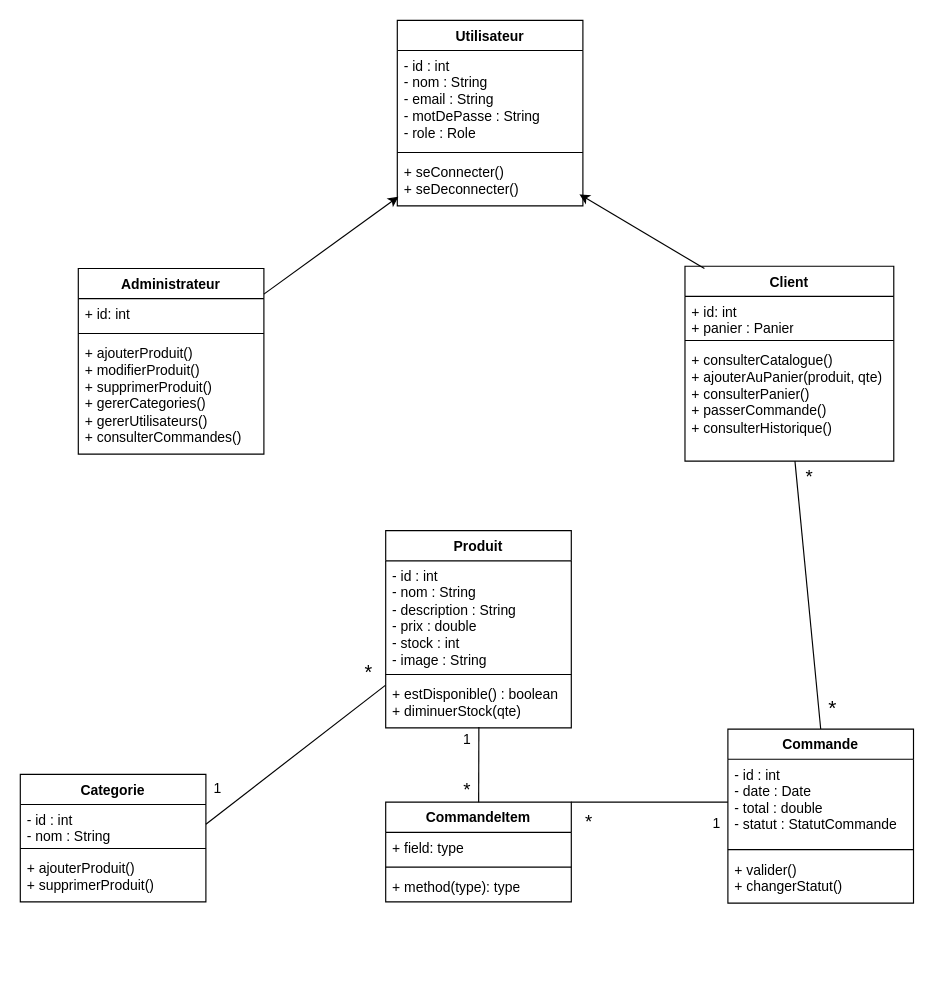
Earlier version of the draw.io diagram projet-mvc/conception/DC.drawio (Makhfi-03/D-veloppement-d-une-application-web-e-commerce-pour-la-vente-de-produits-lectroniques). Source tidied: cells renumbered, new cells numbered last; positions are measured from the earlier drawing's top-left corner, leaving out a move shared by most shapes. Both pictures are drawn from the tidied source at 116%, with x=0, y=0 at pixel (20, 20).
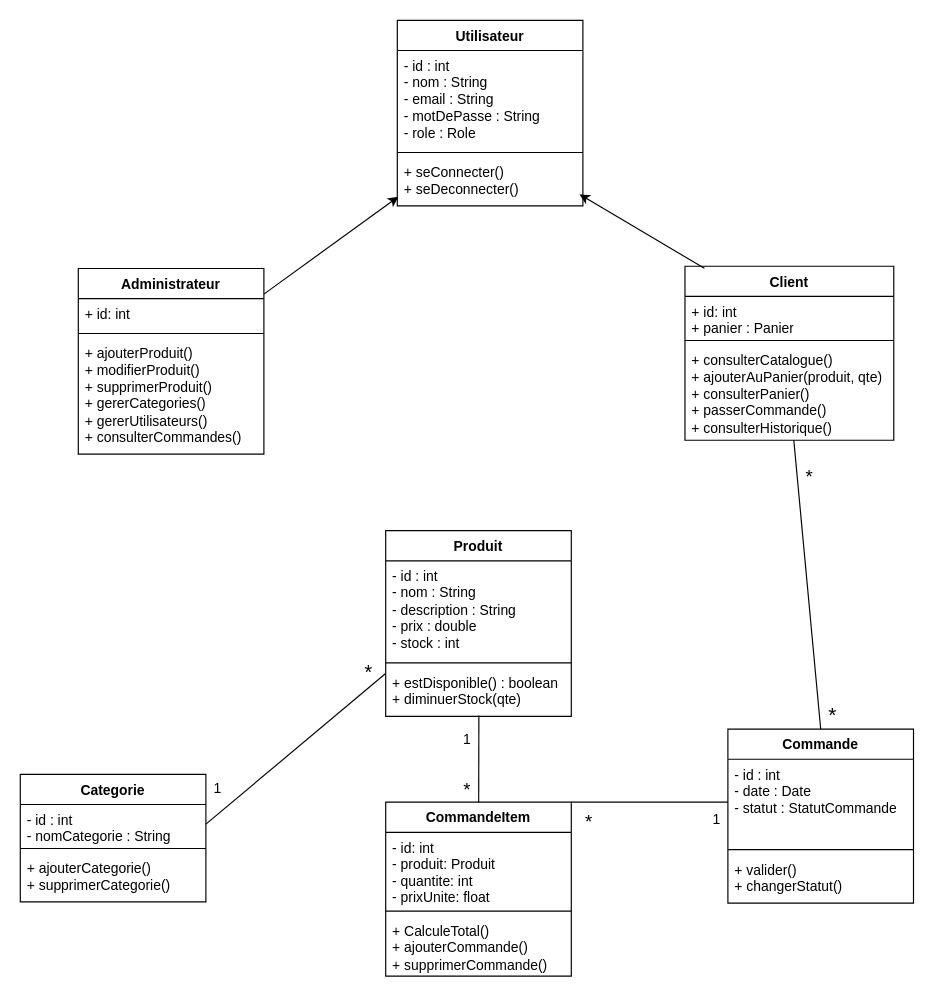
The same page after the edit.

Commit message (it also covers changes not shown here):
Correction diagramme de classe + ajouter les models.

Unchanged cells that the change refers to:
```xml
<mxCell id="10" value="Commande" style="swimlane;fontStyle=1;align=center;verticalAlign=top;horizontal=1;startSize=26;whiteSpace=wrap;html=1;" parent="1" vertex="1">
  <mxGeometry x="610" y="611" width="160" height="150" as="geometry" />
</mxCell>
<mxCell id="14" value="Categorie" style="swimlane;fontStyle=1;align=center;verticalAlign=top;horizontal=1;startSize=26;whiteSpace=wrap;html=1;" parent="1" vertex="1">
  <mxGeometry y="650" width="160" height="110" as="geometry" />
</mxCell>
```

Diff of the diagram source:
```diff
@@
     <mxCell id="6" value="Produit" style="swimlane;fontStyle=1;align=center;verticalAlign=top;horizontal=1;startSize=26;whiteSpace=wrap;html=1;" parent="1" vertex="1">
-      <mxGeometry x="315" y="440" width="160" height="170" as="geometry" />
+      <mxGeometry x="315" y="440" width="160" height="160" as="geometry" />
     </mxCell>
-    <mxCell id="7" value="&lt;div&gt;&lt;font color=&quot;#000000&quot;&gt;- id : int&lt;/font&gt;&lt;/div&gt;&lt;div&gt;&lt;font color=&quot;#000000&quot;&gt;- nom : String&lt;/font&gt;&lt;/div&gt;&lt;div&gt;&lt;font color=&quot;#000000&quot;&gt;- description : String&lt;/font&gt;&lt;/div&gt;&lt;div&gt;&lt;font color=&quot;#000000&quot;&gt;- prix : double&lt;/font&gt;&lt;/div&gt;&lt;div&gt;&lt;font color=&quot;#000000&quot;&gt;- stock : int&lt;/font&gt;&lt;/div&gt;&lt;div&gt;&lt;font color=&quot;#000000&quot;&gt;- image : String&lt;/font&gt;&lt;/div&gt;" style="text;strokeColor=none;fillColor=none;align=left;verticalAlign=top;spacingLeft=4;spacingRight=4;overflow=hidden;whiteSpace=wrap;html=1;" parent="6" vertex="1">
-      <mxGeometry y="26" width="160" height="94" as="geometry" />
+    <mxCell id="7" value="&lt;div&gt;&lt;font color=&quot;#000000&quot;&gt;- id : int&lt;/font&gt;&lt;/div&gt;&lt;div&gt;&lt;font color=&quot;#000000&quot;&gt;- nom : String&lt;/font&gt;&lt;/div&gt;&lt;div&gt;&lt;font color=&quot;#000000&quot;&gt;- description : String&lt;/font&gt;&lt;/div&gt;&lt;div&gt;&lt;font color=&quot;#000000&quot;&gt;- prix : double&lt;/font&gt;&lt;/div&gt;&lt;div&gt;&lt;font color=&quot;#000000&quot;&gt;- stock : int&lt;br&gt;&lt;/font&gt;&lt;/div&gt;" style="text;strokeColor=none;fillColor=none;align=left;verticalAlign=top;spacingLeft=4;spacingRight=4;overflow=hidden;whiteSpace=wrap;html=1;" parent="6" vertex="1">
+      <mxGeometry y="26" width="160" height="84" as="geometry" />
     </mxCell>
     <mxCell id="8" style="line;strokeWidth=1;fillColor=none;align=left;verticalAlign=middle;spacingTop=-1;spacingLeft=3;spacingRight=3;labelPosition=right;strokeColor=inherit;" parent="6" vertex="1">
-      <mxGeometry y="120" width="160" height="8" as="geometry" />
+      <mxGeometry y="110" width="160" height="8" as="geometry" />
     </mxCell>
     <mxCell id="9" value="&lt;div&gt;&lt;font color=&quot;#000000&quot;&gt;+ estDisponible() : boolean&lt;/font&gt;&lt;/div&gt;&lt;div&gt;&lt;font color=&quot;#000000&quot;&gt;+ diminuerStock(qte)&lt;/font&gt;&lt;/div&gt;" style="text;strokeColor=none;fillColor=none;align=left;verticalAlign=top;spacingLeft=4;spacingRight=4;overflow=hidden;points=[[0,0.5],[1,0.5]];portConstraint=eastwest;whiteSpace=wrap;html=1;" parent="6" vertex="1">
-      <mxGeometry y="128" width="160" height="42" as="geometry" />
+      <mxGeometry y="118" width="160" height="42" as="geometry" />
     </mxCell>
@@
-    <mxCell id="11" value="&lt;div&gt;&lt;font color=&quot;#000000&quot;&gt;- id : int&lt;/font&gt;&lt;/div&gt;&lt;div&gt;&lt;font color=&quot;#000000&quot;&gt;- date : Date&lt;/font&gt;&lt;/div&gt;&lt;div&gt;&lt;font color=&quot;#000000&quot;&gt;- total : double&lt;/font&gt;&lt;/div&gt;&lt;div&gt;&lt;font color=&quot;#000000&quot;&gt;- statut : StatutCommande&lt;/font&gt;&lt;/div&gt;" style="text;strokeColor=none;fillColor=none;align=left;verticalAlign=top;spacingLeft=4;spacingRight=4;overflow=hidden;points=[[0,0.5],[1,0.5]];portConstraint=eastwest;whiteSpace=wrap;html=1;" parent="10" vertex="1">
+    <mxCell id="11" value="&lt;div&gt;&lt;font color=&quot;#000000&quot;&gt;- id : int&lt;/font&gt;&lt;/div&gt;&lt;div&gt;&lt;font color=&quot;#000000&quot;&gt;- date : Date&lt;/font&gt;&lt;/div&gt;&lt;div&gt;&lt;font color=&quot;#000000&quot;&gt;- statut : StatutCommande&lt;/font&gt;&lt;/div&gt;" style="text;strokeColor=none;fillColor=none;align=left;verticalAlign=top;spacingLeft=4;spacingRight=4;overflow=hidden;points=[[0,0.5],[1,0.5]];portConstraint=eastwest;whiteSpace=wrap;html=1;" parent="10" vertex="1">
       <mxGeometry y="26" width="160" height="74" as="geometry" />
     </mxCell>
@@
-    <mxCell id="15" value="&lt;div&gt;&lt;font color=&quot;#000000&quot;&gt;- id : int&lt;/font&gt;&lt;/div&gt;&lt;div&gt;&lt;font color=&quot;#000000&quot;&gt;- nom : String&lt;/font&gt;&lt;/div&gt;" style="text;strokeColor=none;fillColor=none;align=left;verticalAlign=top;spacingLeft=4;spacingRight=4;overflow=hidden;points=[[0,0.5],[1,0.5]];portConstraint=eastwest;whiteSpace=wrap;html=1;" parent="14" vertex="1">
+    <mxCell id="15" value="&lt;div&gt;&lt;font color=&quot;#000000&quot;&gt;- id : int&lt;/font&gt;&lt;/div&gt;&lt;div&gt;&lt;font color=&quot;#000000&quot;&gt;- nomCategorie : String&lt;/font&gt;&lt;/div&gt;" style="text;strokeColor=none;fillColor=none;align=left;verticalAlign=top;spacingLeft=4;spacingRight=4;overflow=hidden;points=[[0,0.5],[1,0.5]];portConstraint=eastwest;whiteSpace=wrap;html=1;" parent="14" vertex="1">
       <mxGeometry y="26" width="160" height="34" as="geometry" />
     </mxCell>
@@
-    <mxCell id="17" value="&lt;div&gt;&lt;font color=&quot;#000000&quot;&gt;+ ajouterProduit()&lt;/font&gt;&lt;/div&gt;&lt;div&gt;&lt;font color=&quot;#000000&quot;&gt;+ supprimerProduit()&lt;/font&gt;&lt;/div&gt;" style="text;strokeColor=none;fillColor=none;align=left;verticalAlign=top;spacingLeft=4;spacingRight=4;overflow=hidden;whiteSpace=wrap;html=1;" parent="14" vertex="1">
+    <mxCell id="17" value="&lt;div&gt;&lt;font color=&quot;#000000&quot;&gt;+ ajouterCategorie()&lt;/font&gt;&lt;/div&gt;&lt;div&gt;&lt;font color=&quot;#000000&quot;&gt;+ supprimerCategorie()&lt;/font&gt;&lt;/div&gt;" style="text;strokeColor=none;fillColor=none;align=left;verticalAlign=top;spacingLeft=4;spacingRight=4;overflow=hidden;whiteSpace=wrap;html=1;" parent="14" vertex="1">
       <mxGeometry y="68" width="160" height="42" as="geometry" />
     </mxCell>
     <mxCell id="18" value="Client" style="swimlane;fontStyle=1;align=center;verticalAlign=top;horizontal=1;startSize=26;whiteSpace=wrap;html=1;" parent="1" vertex="1">
-      <mxGeometry x="573" y="212" width="180" height="168" as="geometry" />
+      <mxGeometry x="573" y="212" width="180" height="150" as="geometry" />
     </mxCell>
@@
     <mxCell id="21" value="&lt;div&gt;&lt;font color=&quot;#000000&quot;&gt;+ consulterCatalogue()&lt;/font&gt;&lt;/div&gt;&lt;div&gt;&lt;font color=&quot;#000000&quot;&gt;+ ajouterAuPanier(produit, qte)&lt;/font&gt;&lt;/div&gt;&lt;div&gt;&lt;font color=&quot;#000000&quot;&gt;+ consulterPanier()&lt;/font&gt;&lt;/div&gt;&lt;div&gt;&lt;font color=&quot;#000000&quot;&gt;+ passerCommande()&lt;/font&gt;&lt;/div&gt;&lt;div&gt;&lt;font color=&quot;#000000&quot;&gt;+ consulterHistorique()&lt;/font&gt;&lt;/div&gt;" style="text;strokeColor=none;fillColor=none;align=left;verticalAlign=top;spacingLeft=4;spacingRight=4;overflow=hidden;points=[[0,0.5],[1,0.5]];portConstraint=eastwest;whiteSpace=wrap;html=1;" parent="18" vertex="1">
-      <mxGeometry y="68" width="180" height="100" as="geometry" />
+      <mxGeometry y="68" width="180" height="82" as="geometry" />
     </mxCell>
@@
     <mxCell id="26" value="CommandeItem" style="swimlane;fontStyle=1;align=center;verticalAlign=top;horizontal=1;startSize=26;whiteSpace=wrap;html=1;" parent="1" vertex="1">
-      <mxGeometry x="315" y="674" width="160" height="86" as="geometry" />
+      <mxGeometry x="315" y="674" width="160" height="150" as="geometry" />
     </mxCell>
-    <mxCell id="27" value="+ field: type" style="text;strokeColor=none;fillColor=none;align=left;verticalAlign=top;spacingLeft=4;spacingRight=4;overflow=hidden;whiteSpace=wrap;html=1;" parent="26" vertex="1">
-      <mxGeometry y="26" width="160" height="26" as="geometry" />
+    <mxCell id="27" value="&lt;div&gt;- id: int&lt;/div&gt;- produit: Produit&lt;div&gt;- quantite: int&lt;/div&gt;&lt;div&gt;- prixUnite: float&lt;/div&gt;" style="text;strokeColor=none;fillColor=none;align=left;verticalAlign=top;spacingLeft=4;spacingRight=4;overflow=hidden;whiteSpace=wrap;html=1;" parent="26" vertex="1">
+      <mxGeometry y="26" width="160" height="64" as="geometry" />
     </mxCell>
     <mxCell id="28" style="line;strokeWidth=1;fillColor=none;align=left;verticalAlign=middle;spacingTop=-1;spacingLeft=3;spacingRight=3;labelPosition=right;strokeColor=inherit;" parent="26" vertex="1">
-      <mxGeometry y="52" width="160" height="8" as="geometry" />
+      <mxGeometry y="90" width="160" height="8" as="geometry" />
     </mxCell>
-    <mxCell id="29" value="+ method(type): type" style="text;strokeColor=none;fillColor=none;align=left;verticalAlign=top;spacingLeft=4;spacingRight=4;overflow=hidden;whiteSpace=wrap;html=1;" parent="26" vertex="1">
-      <mxGeometry y="60" width="160" height="26" as="geometry" />
+    <mxCell id="29" value="+ CalculeTotal()&lt;div&gt;+ ajouterCommande()&lt;/div&gt;&lt;div&gt;+ supprimerCommande()&lt;/div&gt;" style="text;strokeColor=none;fillColor=none;align=left;verticalAlign=top;spacingLeft=4;spacingRight=4;overflow=hidden;whiteSpace=wrap;html=1;" parent="26" vertex="1">
+      <mxGeometry y="98" width="160" height="52" as="geometry" />
     </mxCell>
@@
     <mxCell id="38" value="&lt;font style=&quot;font-size: 18px;&quot;&gt;*&lt;/font&gt;" style="text;html=1;align=center;verticalAlign=middle;strokeColor=none;fillColor=none;" parent="1" vertex="1">
-      <mxGeometry x="685" y="573" width="30" height="40" as="geometry" />
+      <mxGeometry x="685" y="579" width="30" height="40" as="geometry" />
     </mxCell>
@@
     <mxCell id="43" value="1" style="text;html=1;align=center;verticalAlign=middle;strokeColor=none;fillColor=none;" parent="1" vertex="1">
-      <mxGeometry x="585" y="678" width="30" height="30" as="geometry" />
+      <mxGeometry x="585" y="674" width="30" height="30" as="geometry" />
     </mxCell>
```
